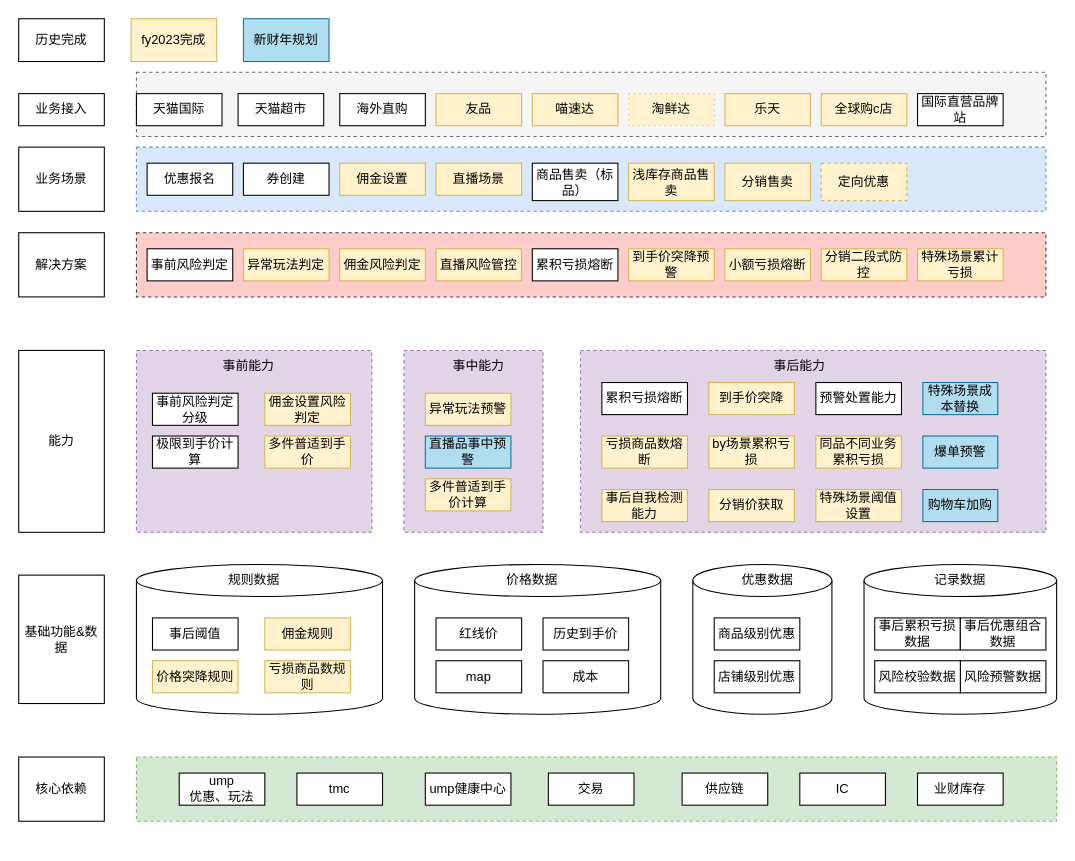
Above: fy23风控核心能力图.drawio in yang00yang/AutoPiano (draw.io), before the change. Source tidied: cells renumbered, new cells numbered last; positions are measured from the earlier drawing's top-left corner, leaving out a move shared by most shapes. Both pictures are drawn from the tidied source at 107%, with x=0, y=0 at pixel (18, 18).
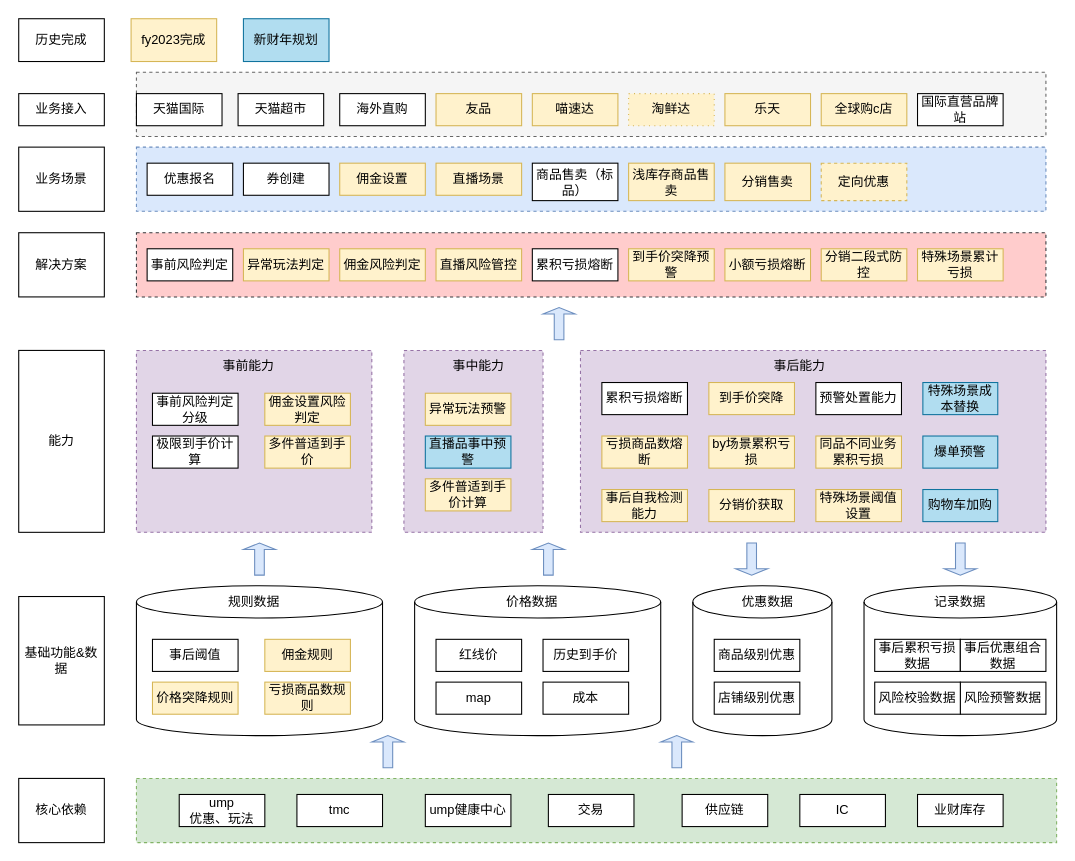
The same diagram, later.

Commit message:
Update fy23风控核心能力图.drawio

Diff of the diagram source:
```diff
@@
     <mxCell id="57" value="基础功能&amp;amp;数据" style="rounded=0;whiteSpace=wrap;html=1;" parent="1" vertex="1">
-      <mxGeometry y="520" width="80" height="120" as="geometry" />
+      <mxGeometry y="540" width="80" height="120" as="geometry" />
     </mxCell>
     <mxCell id="58" style="shape=cylinder3;whiteSpace=wrap;html=1;boundedLbl=1;backgroundOutline=1;size=15;" parent="1" vertex="1">
-      <mxGeometry x="110" y="510" width="230" height="140" as="geometry" />
+      <mxGeometry x="110" y="530" width="230" height="140" as="geometry" />
     </mxCell>
     <mxCell id="59" value="规则数据" style="text;html=1;strokeColor=none;fillColor=none;align=center;verticalAlign=middle;whiteSpace=wrap;rounded=0;" parent="1" vertex="1">
-      <mxGeometry x="190" y="510" width="60" height="30" as="geometry" />
+      <mxGeometry x="190" y="530" width="60" height="30" as="geometry" />
     </mxCell>
     <mxCell id="60" style="shape=cylinder3;whiteSpace=wrap;html=1;boundedLbl=1;backgroundOutline=1;size=15;" parent="1" vertex="1">
-      <mxGeometry x="370" y="510" width="230" height="140" as="geometry" />
+      <mxGeometry x="370" y="530" width="230" height="140" as="geometry" />
     </mxCell>
     <mxCell id="61" value="价格数据" style="text;html=1;strokeColor=none;fillColor=none;align=center;verticalAlign=middle;whiteSpace=wrap;rounded=0;" parent="1" vertex="1">
-      <mxGeometry x="450" y="510" width="60" height="30" as="geometry" />
+      <mxGeometry x="450" y="530" width="60" height="30" as="geometry" />
     </mxCell>
     <mxCell id="62" style="shape=cylinder3;whiteSpace=wrap;html=1;boundedLbl=1;backgroundOutline=1;size=15;" parent="1" vertex="1">
-      <mxGeometry x="630" y="510" width="130" height="140" as="geometry" />
+      <mxGeometry x="630" y="530" width="130" height="140" as="geometry" />
     </mxCell>
     <mxCell id="63" value="优惠数据" style="text;html=1;strokeColor=none;fillColor=none;align=center;verticalAlign=middle;whiteSpace=wrap;rounded=0;" parent="1" vertex="1">
-      <mxGeometry x="670" y="510" width="60" height="30" as="geometry" />
+      <mxGeometry x="670" y="530" width="60" height="30" as="geometry" />
     </mxCell>
     <mxCell id="64" value="事后阈值" style="rounded=0;whiteSpace=wrap;html=1;" parent="1" vertex="1">
-      <mxGeometry x="125" y="560" width="80" height="30" as="geometry" />
+      <mxGeometry x="125" y="580" width="80" height="30" as="geometry" />
     </mxCell>
     <mxCell id="65" value="佣金规则" style="rounded=0;whiteSpace=wrap;html=1;fillColor=#fff2cc;strokeColor=#d6b656;" parent="1" vertex="1">
-      <mxGeometry x="230" y="560" width="80" height="30" as="geometry" />
+      <mxGeometry x="230" y="580" width="80" height="30" as="geometry" />
     </mxCell>
     <mxCell id="66" value="价格突降规则" style="rounded=0;whiteSpace=wrap;html=1;fillColor=#fff2cc;strokeColor=#d6b656;" parent="1" vertex="1">
-      <mxGeometry x="125" y="600" width="80" height="30" as="geometry" />
+      <mxGeometry x="125" y="620" width="80" height="30" as="geometry" />
     </mxCell>
     <mxCell id="67" value="亏损商品数规则" style="rounded=0;whiteSpace=wrap;html=1;fillColor=#fff2cc;strokeColor=#d6b656;" parent="1" vertex="1">
-      <mxGeometry x="230" y="600" width="80" height="30" as="geometry" />
+      <mxGeometry x="230" y="620" width="80" height="30" as="geometry" />
     </mxCell>
     <mxCell id="68" value="红线价" style="rounded=0;whiteSpace=wrap;html=1;" parent="1" vertex="1">
-      <mxGeometry x="390" y="560" width="80" height="30" as="geometry" />
+      <mxGeometry x="390" y="580" width="80" height="30" as="geometry" />
     </mxCell>
     <mxCell id="69" value="历史到手价" style="rounded=0;whiteSpace=wrap;html=1;" parent="1" vertex="1">
-      <mxGeometry x="490" y="560" width="80" height="30" as="geometry" />
+      <mxGeometry x="490" y="580" width="80" height="30" as="geometry" />
     </mxCell>
     <mxCell id="70" value="map" style="rounded=0;whiteSpace=wrap;html=1;" parent="1" vertex="1">
-      <mxGeometry x="390" y="600" width="80" height="30" as="geometry" />
+      <mxGeometry x="390" y="620" width="80" height="30" as="geometry" />
     </mxCell>
     <mxCell id="71" value="成本" style="rounded=0;whiteSpace=wrap;html=1;" parent="1" vertex="1">
-      <mxGeometry x="490" y="600" width="80" height="30" as="geometry" />
+      <mxGeometry x="490" y="620" width="80" height="30" as="geometry" />
     </mxCell>
     <mxCell id="72" value="商品级别优惠" style="rounded=0;whiteSpace=wrap;html=1;" parent="1" vertex="1">
-      <mxGeometry x="650" y="560" width="80" height="30" as="geometry" />
+      <mxGeometry x="650" y="580" width="80" height="30" as="geometry" />
     </mxCell>
     <mxCell id="73" value="店铺级别优惠" style="rounded=0;whiteSpace=wrap;html=1;" parent="1" vertex="1">
-      <mxGeometry x="650" y="600" width="80" height="30" as="geometry" />
+      <mxGeometry x="650" y="620" width="80" height="30" as="geometry" />
     </mxCell>
     <mxCell id="74" style="shape=cylinder3;whiteSpace=wrap;html=1;boundedLbl=1;backgroundOutline=1;size=15;" parent="1" vertex="1">
-      <mxGeometry x="790" y="510" width="180" height="140" as="geometry" />
+      <mxGeometry x="790" y="530" width="180" height="140" as="geometry" />
     </mxCell>
     <mxCell id="75" value="记录数据" style="text;html=1;strokeColor=none;fillColor=none;align=center;verticalAlign=middle;whiteSpace=wrap;rounded=0;" parent="1" vertex="1">
-      <mxGeometry x="850" y="510" width="60" height="30" as="geometry" />
+      <mxGeometry x="850" y="530" width="60" height="30" as="geometry" />
     </mxCell>
     <mxCell id="76" value="事后累积亏损数据" style="rounded=0;whiteSpace=wrap;html=1;" parent="1" vertex="1">
-      <mxGeometry x="800" y="560" width="80" height="30" as="geometry" />
+      <mxGeometry x="800" y="580" width="80" height="30" as="geometry" />
     </mxCell>
     <mxCell id="77" value="风险预警数据" style="rounded=0;whiteSpace=wrap;html=1;" parent="1" vertex="1">
-      <mxGeometry x="880" y="600" width="80" height="30" as="geometry" />
+      <mxGeometry x="880" y="620" width="80" height="30" as="geometry" />
     </mxCell>
     <mxCell id="78" value="风险校验数据" style="rounded=0;whiteSpace=wrap;html=1;" parent="1" vertex="1">
-      <mxGeometry x="800" y="600" width="80" height="30" as="geometry" />
+      <mxGeometry x="800" y="620" width="80" height="30" as="geometry" />
     </mxCell>
     <mxCell id="79" value="事后优惠组合数据" style="rounded=0;whiteSpace=wrap;html=1;" parent="1" vertex="1">
-      <mxGeometry x="880" y="560" width="80" height="30" as="geometry" />
+      <mxGeometry x="880" y="580" width="80" height="30" as="geometry" />
     </mxCell>
     <mxCell id="80" value="核心依赖" style="rounded=0;whiteSpace=wrap;html=1;" parent="1" vertex="1">
-      <mxGeometry y="690" width="80" height="60" as="geometry" />
+      <mxGeometry y="710" width="80" height="60" as="geometry" />
     </mxCell>
     <mxCell id="81" style="rounded=0;whiteSpace=wrap;html=1;dashed=1;fillColor=#d5e8d4;strokeColor=#82b366;" parent="1" vertex="1">
-      <mxGeometry x="110" y="690" width="860" height="60" as="geometry" />
+      <mxGeometry x="110" y="710" width="860" height="60" as="geometry" />
     </mxCell>
     <mxCell id="82" value="ump&lt;br&gt;优惠、玩法" style="rounded=0;whiteSpace=wrap;html=1;" parent="1" vertex="1">
-      <mxGeometry x="150" y="705" width="80" height="30" as="geometry" />
+      <mxGeometry x="150" y="725" width="80" height="30" as="geometry" />
     </mxCell>
     <mxCell id="83" value="tmc" style="rounded=0;whiteSpace=wrap;html=1;" parent="1" vertex="1">
-      <mxGeometry x="260" y="705" width="80" height="30" as="geometry" />
+      <mxGeometry x="260" y="725" width="80" height="30" as="geometry" />
     </mxCell>
     <mxCell id="84" value="ump健康中心" style="rounded=0;whiteSpace=wrap;html=1;" parent="1" vertex="1">
-      <mxGeometry x="380" y="705" width="80" height="30" as="geometry" />
+      <mxGeometry x="380" y="725" width="80" height="30" as="geometry" />
     </mxCell>
     <mxCell id="85" value="交易" style="rounded=0;whiteSpace=wrap;html=1;" parent="1" vertex="1">
-      <mxGeometry x="495" y="705" width="80" height="30" as="geometry" />
+      <mxGeometry x="495" y="725" width="80" height="30" as="geometry" />
     </mxCell>
     <mxCell id="86" value="供应链" style="rounded=0;whiteSpace=wrap;html=1;" parent="1" vertex="1">
-      <mxGeometry x="620" y="705" width="80" height="30" as="geometry" />
+      <mxGeometry x="620" y="725" width="80" height="30" as="geometry" />
     </mxCell>
     <mxCell id="87" value="业财库存" style="rounded=0;whiteSpace=wrap;html=1;" parent="1" vertex="1">
-      <mxGeometry x="840" y="705" width="80" height="30" as="geometry" />
+      <mxGeometry x="840" y="725" width="80" height="30" as="geometry" />
     </mxCell>
     <mxCell id="88" value="IC" style="rounded=0;whiteSpace=wrap;html=1;" parent="1" vertex="1">
-      <mxGeometry x="730" y="705" width="80" height="30" as="geometry" />
+      <mxGeometry x="730" y="725" width="80" height="30" as="geometry" />
     </mxCell>
@@
+    <mxCell id="95" style="shape=singleArrow;direction=north;whiteSpace=wrap;html=1;strokeColor=#6c8ebf;fillColor=#dae8fc;" parent="1" vertex="1">
+      <mxGeometry x="330" y="670" width="30" height="30" as="geometry" />
+    </mxCell>
+    <mxCell id="96" style="shape=singleArrow;direction=north;whiteSpace=wrap;html=1;strokeColor=#6c8ebf;fillColor=#dae8fc;" parent="1" vertex="1">
+      <mxGeometry x="600" y="670" width="30" height="30" as="geometry" />
+    </mxCell>
+    <mxCell id="97" style="shape=singleArrow;direction=north;whiteSpace=wrap;html=1;strokeColor=#6c8ebf;fillColor=#dae8fc;" parent="1" vertex="1">
+      <mxGeometry x="210" y="490" width="30" height="30" as="geometry" />
+    </mxCell>
+    <mxCell id="98" style="shape=singleArrow;direction=north;whiteSpace=wrap;html=1;strokeColor=#6c8ebf;fillColor=#dae8fc;" parent="1" vertex="1">
+      <mxGeometry x="480" y="490" width="30" height="30" as="geometry" />
+    </mxCell>
+    <mxCell id="99" style="shape=singleArrow;direction=south;whiteSpace=wrap;html=1;strokeColor=#6c8ebf;fillColor=#dae8fc;" parent="1" vertex="1">
+      <mxGeometry x="670" y="490" width="30" height="30" as="geometry" />
+    </mxCell>
+    <mxCell id="100" style="shape=singleArrow;direction=south;whiteSpace=wrap;html=1;strokeColor=#6c8ebf;fillColor=#dae8fc;" parent="1" vertex="1">
+      <mxGeometry x="865" y="490" width="30" height="30" as="geometry" />
+    </mxCell>
+    <mxCell id="101" style="shape=singleArrow;direction=north;whiteSpace=wrap;html=1;strokeColor=#6c8ebf;fillColor=#dae8fc;" parent="1" vertex="1">
+      <mxGeometry x="490" y="270" width="30" height="30" as="geometry" />
+    </mxCell>
```
